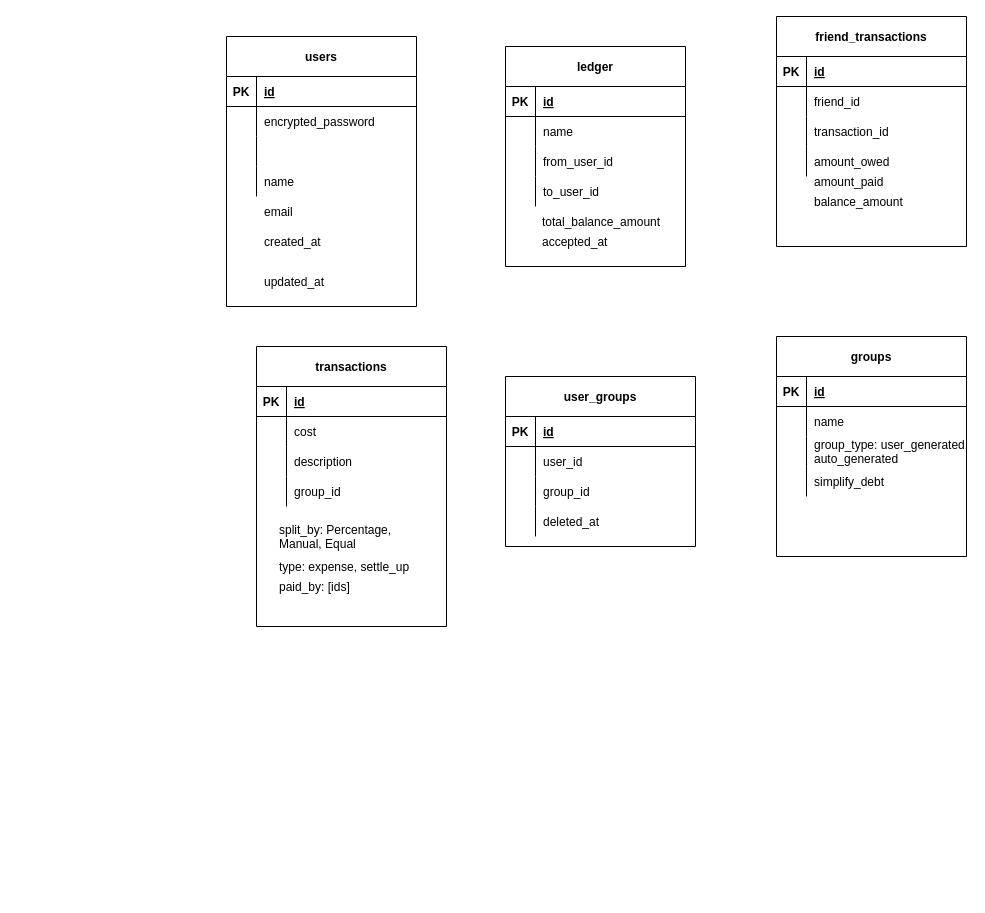
Earlier version of the draw.io diagram splitsmart-ED.drawio (sharat94/splitsmart). Source tidied: cells renumbered, new cells numbered last; positions are measured from the earlier drawing's top-left corner, leaving out a move shared by most shapes. Both pictures are drawn from the tidied source at 100%, with x=0, y=0 at pixel (226, 16).
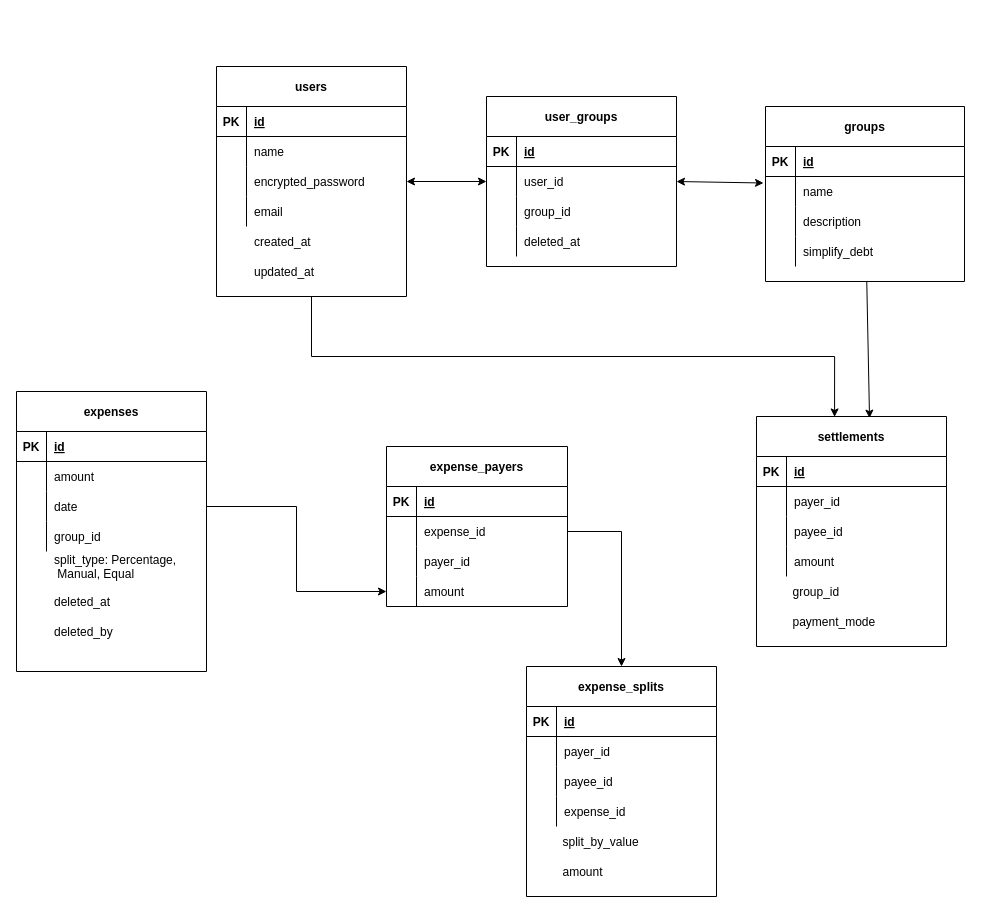
The same diagram, later.

Unchanged cells that the change refers to:
```xml
<mxCell id="36" style="shape=partialRectangle;fillColor=none;top=0;left=0;bottom=0;right=0;" parent="32" vertex="1">
  <mxGeometry y="70" width="190" height="30" as="geometry" />
</mxCell>
<mxCell id="39" style="shape=partialRectangle;fillColor=none;top=0;left=0;bottom=0;right=0;points=[[0,0.5],[1,0.5]];portConstraint=eastwest;" parent="32" vertex="1">
  <mxGeometry y="100" width="190" height="30" as="geometry" />
</mxCell>
<mxCell id="64" style="shape=partialRectangle;fillColor=none;top=0;left=0;bottom=0;right=0;points=[[0,0.5],[1,0.5]];portConstraint=eastwest;" parent="60" vertex="1">
  <mxGeometry y="70" width="190" height="30" as="geometry" />
</mxCell>
<mxCell id="78" style="shape=partialRectangle;fillColor=none;top=0;left=0;bottom=0;right=0;" parent="74" vertex="1">
  <mxGeometry y="70" width="190" height="30" as="geometry" />
</mxCell>
<mxCell id="81" style="shape=partialRectangle;fillColor=none;top=0;left=0;bottom=0;right=0;" parent="74" vertex="1">
  <mxGeometry y="100" width="190" height="30" as="geometry" />
</mxCell>
<mxCell id="84" style="shape=partialRectangle;fillColor=none;top=0;left=0;bottom=0;right=0;" parent="74" vertex="1">
  <mxGeometry y="130" width="190" height="30" as="geometry" />
</mxCell>
```

What changed in the source:
```diff
@@
+    <mxCell id="91" style="edgeStyle=orthogonalEdgeStyle;rounded=0;jettySize=auto;html=1;exitX=0.5;exitY=1;exitDx=0;exitDy=0;entryX=0.411;entryY=0.002;entryDx=0;entryDy=0;entryPerimeter=0;" parent="1" edge="1" source="2" target="95">
+      <mxGeometry relative="1" as="geometry" />
+    </mxCell>
     <mxCell id="2" value="users" style="shape=table;startSize=40;childLayout=tableLayout;rowLines=0;fontStyle=1;align=center;" parent="1" vertex="1">
-      <mxGeometry y="20" width="190" height="270" as="geometry" />
+      <mxGeometry x="-10" y="50" width="190" height="230" as="geometry" />
     </mxCell>
@@
+    <mxCell id="12" style="shape=partialRectangle;fillColor=none;top=0;left=0;bottom=0;right=0;" parent="2" vertex="1">
+      <mxGeometry y="70" width="190" height="30" as="geometry" />
+    </mxCell>
+    <mxCell id="13" style="shape=partialRectangle;fillColor=none;top=0;left=0;bottom=0;right=0;overflow=hidden;" parent="12" vertex="1">
+      <mxGeometry width="30" height="30" as="geometry" />
+    </mxCell>
+    <mxCell id="14" value="name" style="shape=partialRectangle;fillColor=none;top=0;left=0;bottom=0;right=0;align=left;spacingLeft=6;overflow=hidden;" parent="12" vertex="1">
+      <mxGeometry x="30" width="160" height="30" as="geometry" />
+    </mxCell>
     <mxCell id="6" style="shape=partialRectangle;fillColor=none;top=0;left=0;bottom=0;right=0;points=[[0,0.5],[1,0.5]];portConstraint=eastwest;" parent="2" vertex="1">
-      <mxGeometry y="70" width="190" height="30" as="geometry" />
+      <mxGeometry y="100" width="190" height="30" as="geometry" />
     </mxCell>
@@
     <mxCell id="9" style="shape=partialRectangle;fillColor=none;top=0;left=0;bottom=0;right=0;" parent="2" vertex="1">
-      <mxGeometry y="100" width="190" height="30" as="geometry" />
+      <mxGeometry y="130" width="190" height="30" as="geometry" />
     </mxCell>
@@
-    <mxCell id="12" style="shape=partialRectangle;fillColor=none;top=0;left=0;bottom=0;right=0;" parent="2" vertex="1">
-      <mxGeometry y="130" width="190" height="30" as="geometry" />
-    </mxCell>
-    <mxCell id="13" style="shape=partialRectangle;fillColor=none;top=0;left=0;bottom=0;right=0;overflow=hidden;" parent="12" vertex="1">
-      <mxGeometry width="30" height="30" as="geometry" />
-    </mxCell>
-    <mxCell id="14" value="name" style="shape=partialRectangle;fillColor=none;top=0;left=0;bottom=0;right=0;align=left;spacingLeft=6;overflow=hidden;" parent="12" vertex="1">
-      <mxGeometry x="30" width="160" height="30" as="geometry" />
-    </mxCell>
     <mxCell id="15" value="email" style="shape=partialRectangle;fillColor=none;top=0;left=0;bottom=0;right=0;align=left;spacingLeft=6;overflow=hidden;" parent="1" vertex="1">
-      <mxGeometry x="30" y="180" width="160" height="30" as="geometry" />
+      <mxGeometry x="20" y="180" width="160" height="30" as="geometry" />
     </mxCell>
     <mxCell id="16" value="created_at" style="shape=partialRectangle;fillColor=none;top=0;left=0;bottom=0;right=0;align=left;spacingLeft=6;overflow=hidden;" parent="1" vertex="1">
-      <mxGeometry x="30" y="210" width="160" height="30" as="geometry" />
+      <mxGeometry x="20" y="210" width="160" height="30" as="geometry" />
     </mxCell>
     <mxCell id="17" value="updated_at" style="shape=partialRectangle;fillColor=none;top=0;left=0;bottom=0;right=0;align=left;spacingLeft=6;overflow=hidden;" parent="1" vertex="1">
-      <mxGeometry x="30" y="250" width="160" height="30" as="geometry" />
+      <mxGeometry x="20" y="240" width="160" height="30" as="geometry" />
     </mxCell>
-    <mxCell id="18" value="ledger" style="shape=table;startSize=40;childLayout=tableLayout;rowLines=0;fontStyle=1;align=center;" parent="1" vertex="1">
-      <mxGeometry x="279" y="30" width="180" height="220" as="geometry" />
+    <mxCell id="18" value="expense_payers" style="shape=table;startSize=40;childLayout=tableLayout;rowLines=0;fontStyle=1;align=center;" parent="1" vertex="1">
+      <mxGeometry x="160" y="430" width="181" height="160" as="geometry" />
     </mxCell>
     <mxCell id="19" style="shape=partialRectangle;fillColor=none;top=0;left=0;bottom=1;right=0;" parent="18" vertex="1">
-      <mxGeometry y="40" width="180" height="30" as="geometry" />
+      <mxGeometry y="40" width="181" height="30" as="geometry" />
     </mxCell>
@@
     <mxCell id="21" value="id" style="shape=partialRectangle;fillColor=none;top=0;left=0;bottom=0;right=0;align=left;spacingLeft=6;fontStyle=5;overflow=hidden;" parent="19" vertex="1">
-      <mxGeometry x="30" width="150" height="30" as="geometry" />
+      <mxGeometry x="30" width="151" height="30" as="geometry" />
     </mxCell>
     <mxCell id="22" style="shape=partialRectangle;fillColor=none;top=0;left=0;bottom=0;right=0;points=[[0,0.5],[1,0.5]];portConstraint=eastwest;" parent="18" vertex="1">
-      <mxGeometry y="70" width="180" height="30" as="geometry" />
+      <mxGeometry y="70" width="181" height="30" as="geometry" />
     </mxCell>
@@
-    <mxCell id="24" value="name" style="shape=partialRectangle;fillColor=none;top=0;left=0;bottom=0;right=0;align=left;spacingLeft=6;overflow=hidden;" parent="22" vertex="1">
-      <mxGeometry x="30" width="150" height="30" as="geometry" />
+    <mxCell id="24" value="expense_id" style="shape=partialRectangle;fillColor=none;top=0;left=0;bottom=0;right=0;align=left;spacingLeft=6;overflow=hidden;" parent="22" vertex="1">
+      <mxGeometry x="30" width="151" height="30" as="geometry" />
     </mxCell>
     <mxCell id="25" style="shape=partialRectangle;fillColor=none;top=0;left=0;bottom=0;right=0;" parent="18" vertex="1">
-      <mxGeometry y="100" width="180" height="30" as="geometry" />
+      <mxGeometry y="100" width="181" height="30" as="geometry" />
     </mxCell>
@@
-    <mxCell id="27" value="from_user_id" style="shape=partialRectangle;fillColor=none;top=0;left=0;bottom=0;right=0;align=left;spacingLeft=6;overflow=hidden;" parent="25" vertex="1">
-      <mxGeometry x="30" width="150" height="30" as="geometry" />
+    <mxCell id="27" value="payer_id" style="shape=partialRectangle;fillColor=none;top=0;left=0;bottom=0;right=0;align=left;spacingLeft=6;overflow=hidden;" parent="25" vertex="1">
+      <mxGeometry x="30" width="151" height="30" as="geometry" />
     </mxCell>
     <mxCell id="28" style="shape=partialRectangle;fillColor=none;top=0;left=0;bottom=0;right=0;points=[[0,0.5],[1,0.5]];portConstraint=eastwest;" parent="18" vertex="1">
-      <mxGeometry y="130" width="180" height="30" as="geometry" />
+      <mxGeometry y="130" width="181" height="30" as="geometry" />
     </mxCell>
@@
-    <mxCell id="30" value="to_user_id" style="shape=partialRectangle;fillColor=none;top=0;left=0;bottom=0;right=0;align=left;spacingLeft=6;overflow=hidden;" parent="28" vertex="1">
-      <mxGeometry x="30" width="150" height="30" as="geometry" />
+    <mxCell id="30" value="amount" style="shape=partialRectangle;fillColor=none;top=0;left=0;bottom=0;right=0;align=left;spacingLeft=6;overflow=hidden;" parent="28" vertex="1">
+      <mxGeometry x="30" width="151" height="30" as="geometry" />
     </mxCell>
-    <mxCell id="31" value="total_balance_amount" style="shape=partialRectangle;fillColor=none;top=0;left=0;bottom=0;right=0;align=left;spacingLeft=6;overflow=hidden;" parent="1" vertex="1">
-      <mxGeometry x="308" y="190" width="160" height="30" as="geometry" />
-    </mxCell>
-    <mxCell id="32" value="transactions" style="shape=table;startSize=40;childLayout=tableLayout;rowLines=0;fontStyle=1;align=center;" parent="1" vertex="1">
-      <mxGeometry x="30" y="330" width="190" height="280" as="geometry" />
+    <mxCell id="32" value="expenses" style="shape=table;startSize=40;childLayout=tableLayout;rowLines=0;fontStyle=1;align=center;" parent="1" vertex="1">
+      <mxGeometry x="-210" y="375" width="190" height="280" as="geometry" />
     </mxCell>
@@
-    <mxCell id="38" value="cost" style="shape=partialRectangle;fillColor=none;top=0;left=0;bottom=0;right=0;align=left;spacingLeft=6;overflow=hidden;" parent="36" vertex="1">
+    <mxCell id="38" value="amount" style="shape=partialRectangle;fillColor=none;top=0;left=0;bottom=0;right=0;align=left;spacingLeft=6;overflow=hidden;" parent="36" vertex="1">
       <mxGeometry x="30" width="160" height="30" as="geometry" />
     </mxCell>
@@
-    <mxCell id="41" value="description" style="shape=partialRectangle;fillColor=none;top=0;left=0;bottom=0;right=0;align=left;spacingLeft=6;overflow=hidden;" parent="39" vertex="1">
+    <mxCell id="41" value="date" style="shape=partialRectangle;fillColor=none;top=0;left=0;bottom=0;right=0;align=left;spacingLeft=6;overflow=hidden;" parent="39" vertex="1">
       <mxGeometry x="30" width="160" height="30" as="geometry" />
     </mxCell>
@@
-    <mxCell id="45" value="split_by: Percentage, &#10;Manual, Equal" style="shape=partialRectangle;fillColor=none;top=0;left=0;bottom=0;right=0;align=left;spacingLeft=6;overflow=hidden;" parent="1" vertex="1">
-      <mxGeometry x="45" y="505" width="160" height="30" as="geometry" />
+    <mxCell id="45" value="split_type: Percentage,&#10; Manual, Equal" style="shape=partialRectangle;fillColor=none;top=0;left=0;bottom=0;right=0;align=left;spacingLeft=6;overflow=hidden;" parent="1" vertex="1">
+      <mxGeometry x="-180" y="535" width="160" height="30" as="geometry" />
     </mxCell>
+    <mxCell id="92" style="edgeStyle=none;rounded=0;jettySize=auto;html=1;entryX=0.595;entryY=0.007;entryDx=0;entryDy=0;entryPerimeter=0;" parent="1" edge="1" source="46" target="95">
+      <mxGeometry relative="1" as="geometry" />
+    </mxCell>
     <mxCell id="46" value="groups" style="shape=table;startSize=40;childLayout=tableLayout;rowLines=0;fontStyle=1;align=center;" parent="1" vertex="1">
-      <mxGeometry x="550" y="320" width="190" height="220" as="geometry" />
+      <mxGeometry x="539" y="90" width="199" height="175" as="geometry" />
     </mxCell>
     <mxCell id="47" style="shape=partialRectangle;fillColor=none;top=0;left=0;bottom=1;right=0;" parent="46" vertex="1">
-      <mxGeometry y="40" width="190" height="30" as="geometry" />
+      <mxGeometry y="40" width="199" height="30" as="geometry" />
     </mxCell>
@@
     <mxCell id="49" value="id" style="shape=partialRectangle;fillColor=none;top=0;left=0;bottom=0;right=0;align=left;spacingLeft=6;fontStyle=5;overflow=hidden;" parent="47" vertex="1">
-      <mxGeometry x="30" width="160" height="30" as="geometry" />
+      <mxGeometry x="30" width="169" height="30" as="geometry" />
     </mxCell>
     <mxCell id="50" style="shape=partialRectangle;fillColor=none;top=0;left=0;bottom=0;right=0;points=[[0,0.5],[1,0.5]];portConstraint=eastwest;" parent="46" vertex="1">
-      <mxGeometry y="70" width="190" height="30" as="geometry" />
+      <mxGeometry y="70" width="199" height="30" as="geometry" />
     </mxCell>
@@
     <mxCell id="52" value="name" style="shape=partialRectangle;fillColor=none;top=0;left=0;bottom=0;right=0;align=left;spacingLeft=6;overflow=hidden;" parent="50" vertex="1">
-      <mxGeometry x="30" width="160" height="30" as="geometry" />
+      <mxGeometry x="30" width="169" height="30" as="geometry" />
     </mxCell>
     <mxCell id="53" style="shape=partialRectangle;fillColor=none;top=0;left=0;bottom=0;right=0;" parent="46" vertex="1">
-      <mxGeometry y="100" width="190" height="30" as="geometry" />
+      <mxGeometry y="100" width="199" height="30" as="geometry" />
     </mxCell>
@@
-    <mxCell id="55" value="group_type: user_generated,&#10;auto_generated" style="shape=partialRectangle;fillColor=none;top=0;left=0;bottom=0;right=0;align=left;spacingLeft=6;overflow=hidden;" parent="53" vertex="1">
-      <mxGeometry x="30" width="160" height="30" as="geometry" />
+    <mxCell id="55" value="description" style="shape=partialRectangle;fillColor=none;top=0;left=0;bottom=0;right=0;align=left;spacingLeft=6;overflow=hidden;" parent="53" vertex="1">
+      <mxGeometry x="30" width="169" height="30" as="geometry" />
     </mxCell>
     <mxCell id="56" style="shape=partialRectangle;fillColor=none;top=0;left=0;bottom=0;right=0;" parent="46" vertex="1">
-      <mxGeometry y="130" width="190" height="30" as="geometry" />
+      <mxGeometry y="130" width="199" height="30" as="geometry" />
     </mxCell>
@@
     <mxCell id="58" value="simplify_debt" style="shape=partialRectangle;fillColor=none;top=0;left=0;bottom=0;right=0;align=left;spacingLeft=6;overflow=hidden;" parent="56" vertex="1">
-      <mxGeometry x="30" width="160" height="30" as="geometry" />
+      <mxGeometry x="30" width="169" height="30" as="geometry" />
     </mxCell>
-    <mxCell id="59" value="type: expense, settle_up" style="shape=partialRectangle;fillColor=none;top=0;left=0;bottom=0;right=0;align=left;spacingLeft=6;overflow=hidden;" parent="1" vertex="1">
-      <mxGeometry x="45" y="535" width="160" height="30" as="geometry" />
-    </mxCell>
     <mxCell id="60" value="user_groups" style="shape=table;startSize=40;childLayout=tableLayout;rowLines=0;fontStyle=1;align=center;" parent="1" vertex="1">
-      <mxGeometry x="279" y="360" width="190" height="170" as="geometry" />
+      <mxGeometry x="260" y="80" width="190" height="170" as="geometry" />
     </mxCell>
@@
     <mxCell id="73" value="deleted_at" style="shape=partialRectangle;fillColor=none;top=0;left=0;bottom=0;right=0;align=left;spacingLeft=6;overflow=hidden;" parent="1" vertex="1">
-      <mxGeometry x="309" y="490" width="160" height="30" as="geometry" />
+      <mxGeometry x="290" y="210" width="160" height="30" as="geometry" />
     </mxCell>
-    <mxCell id="74" value="friend_transactions" style="shape=table;startSize=40;childLayout=tableLayout;rowLines=0;fontStyle=1;align=center;" parent="1" vertex="1">
-      <mxGeometry x="550" width="190" height="230" as="geometry" />
+    <mxCell id="74" value="expense_splits" style="shape=table;startSize=40;childLayout=tableLayout;rowLines=0;fontStyle=1;align=center;" parent="1" vertex="1">
+      <mxGeometry x="300" y="650" width="190" height="230" as="geometry" />
     </mxCell>
@@
-    <mxCell id="80" value="friend_id" style="shape=partialRectangle;fillColor=none;top=0;left=0;bottom=0;right=0;align=left;spacingLeft=6;overflow=hidden;" parent="78" vertex="1">
+    <mxCell id="80" value="payer_id" style="shape=partialRectangle;fillColor=none;top=0;left=0;bottom=0;right=0;align=left;spacingLeft=6;overflow=hidden;" parent="78" vertex="1">
       <mxGeometry x="30" width="160" height="30" as="geometry" />
     </mxCell>
@@
-    <mxCell id="83" value="transaction_id" style="shape=partialRectangle;fillColor=none;top=0;left=0;bottom=0;right=0;align=left;spacingLeft=6;overflow=hidden;" parent="81" vertex="1">
+    <mxCell id="83" value="payee_id" style="shape=partialRectangle;fillColor=none;top=0;left=0;bottom=0;right=0;align=left;spacingLeft=6;overflow=hidden;" parent="81" vertex="1">
       <mxGeometry x="30" width="160" height="30" as="geometry" />
     </mxCell>
@@
-    <mxCell id="86" value="amount_owed" style="shape=partialRectangle;fillColor=none;top=0;left=0;bottom=0;right=0;align=left;spacingLeft=6;overflow=hidden;" parent="84" vertex="1">
+    <mxCell id="86" value="expense_id" style="shape=partialRectangle;fillColor=none;top=0;left=0;bottom=0;right=0;align=left;spacingLeft=6;overflow=hidden;" parent="84" vertex="1">
       <mxGeometry x="30" width="160" height="30" as="geometry" />
     </mxCell>
-    <mxCell id="87" value="amount_paid" style="shape=partialRectangle;fillColor=none;top=0;left=0;bottom=0;right=0;align=left;spacingLeft=6;overflow=hidden;" parent="1" vertex="1">
-      <mxGeometry x="580" y="150" width="160" height="30" as="geometry" />
+    <mxCell id="87" value="split_by_value" style="shape=partialRectangle;fillColor=none;top=0;left=0;bottom=0;right=0;align=left;spacingLeft=6;overflow=hidden;" parent="1" vertex="1">
+      <mxGeometry x="328.5" y="810" width="160" height="30" as="geometry" />
     </mxCell>
-    <mxCell id="88" value="balance_amount" style="shape=partialRectangle;fillColor=none;top=0;left=0;bottom=0;right=0;align=left;spacingLeft=6;overflow=hidden;" parent="1" vertex="1">
-      <mxGeometry x="580" y="170" width="160" height="30" as="geometry" />
-    </mxCell>
-    <mxCell id="89" value="accepted_at" style="shape=partialRectangle;fillColor=none;top=0;left=0;bottom=0;right=0;align=left;spacingLeft=6;overflow=hidden;" parent="1" vertex="1">
-      <mxGeometry x="308" y="210" width="160" height="30" as="geometry" />
-    </mxCell>
-    <mxCell id="90" value="paid_by: [ids]" style="shape=partialRectangle;fillColor=none;top=0;left=0;bottom=0;right=0;align=left;spacingLeft=6;overflow=hidden;" parent="1" vertex="1">
-      <mxGeometry x="45" y="555" width="160" height="30" as="geometry" />
+    <mxCell id="90" value="deleted_by" style="shape=partialRectangle;fillColor=none;top=0;left=0;bottom=0;right=0;align=left;spacingLeft=6;overflow=hidden;" parent="1" vertex="1">
+      <mxGeometry x="-180" y="600" width="160" height="30" as="geometry" />
     </mxCell>
+    <mxCell id="93" value="deleted_at" style="shape=partialRectangle;fillColor=none;top=0;left=0;bottom=0;right=0;align=left;spacingLeft=6;overflow=hidden;" parent="1" vertex="1">
+      <mxGeometry x="-180" y="570" width="160" height="30" as="geometry" />
+    </mxCell>
+    <mxCell id="94" value="amount" style="shape=partialRectangle;fillColor=none;top=0;left=0;bottom=0;right=0;align=left;spacingLeft=6;overflow=hidden;" parent="1" vertex="1">
+      <mxGeometry x="328.5" y="840" width="160" height="30" as="geometry" />
+    </mxCell>
+    <mxCell id="95" value="settlements" style="shape=table;startSize=40;childLayout=tableLayout;rowLines=0;fontStyle=1;align=center;" parent="1" vertex="1">
+      <mxGeometry x="530" y="400" width="190" height="230" as="geometry" />
+    </mxCell>
+    <mxCell id="96" style="shape=partialRectangle;fillColor=none;top=0;left=0;bottom=1;right=0;" parent="95" vertex="1">
+      <mxGeometry y="40" width="190" height="30" as="geometry" />
+    </mxCell>
+    <mxCell id="97" value="PK" style="shape=partialRectangle;fillColor=none;top=0;left=0;bottom=0;right=0;fontStyle=1;overflow=hidden;" parent="96" vertex="1">
+      <mxGeometry width="30" height="30" as="geometry" />
+    </mxCell>
+    <mxCell id="98" value="id" style="shape=partialRectangle;fillColor=none;top=0;left=0;bottom=0;right=0;align=left;spacingLeft=6;fontStyle=5;overflow=hidden;" parent="96" vertex="1">
+      <mxGeometry x="30" width="160" height="30" as="geometry" />
+    </mxCell>
+    <mxCell id="99" style="shape=partialRectangle;fillColor=none;top=0;left=0;bottom=0;right=0;" parent="95" vertex="1">
+      <mxGeometry y="70" width="190" height="30" as="geometry" />
+    </mxCell>
+    <mxCell id="100" style="shape=partialRectangle;fillColor=none;top=0;left=0;bottom=0;right=0;overflow=hidden;" parent="99" vertex="1">
+      <mxGeometry width="30" height="30" as="geometry" />
+    </mxCell>
+    <mxCell id="101" value="payer_id" style="shape=partialRectangle;fillColor=none;top=0;left=0;bottom=0;right=0;align=left;spacingLeft=6;overflow=hidden;" parent="99" vertex="1">
+      <mxGeometry x="30" width="160" height="30" as="geometry" />
+    </mxCell>
+    <mxCell id="102" style="shape=partialRectangle;fillColor=none;top=0;left=0;bottom=0;right=0;" parent="95" vertex="1">
+      <mxGeometry y="100" width="190" height="30" as="geometry" />
+    </mxCell>
+    <mxCell id="103" style="shape=partialRectangle;fillColor=none;top=0;left=0;bottom=0;right=0;overflow=hidden;" parent="102" vertex="1">
+      <mxGeometry width="30" height="30" as="geometry" />
+    </mxCell>
+    <mxCell id="104" value="payee_id" style="shape=partialRectangle;fillColor=none;top=0;left=0;bottom=0;right=0;align=left;spacingLeft=6;overflow=hidden;" parent="102" vertex="1">
+      <mxGeometry x="30" width="160" height="30" as="geometry" />
+    </mxCell>
+    <mxCell id="105" style="shape=partialRectangle;fillColor=none;top=0;left=0;bottom=0;right=0;" parent="95" vertex="1">
+      <mxGeometry y="130" width="190" height="30" as="geometry" />
+    </mxCell>
+    <mxCell id="106" style="shape=partialRectangle;fillColor=none;top=0;left=0;bottom=0;right=0;overflow=hidden;" parent="105" vertex="1">
+      <mxGeometry width="30" height="30" as="geometry" />
+    </mxCell>
+    <mxCell id="107" value="amount" style="shape=partialRectangle;fillColor=none;top=0;left=0;bottom=0;right=0;align=left;spacingLeft=6;overflow=hidden;" parent="105" vertex="1">
+      <mxGeometry x="30" width="160" height="30" as="geometry" />
+    </mxCell>
+    <mxCell id="108" value="group_id" style="shape=partialRectangle;fillColor=none;top=0;left=0;bottom=0;right=0;align=left;spacingLeft=6;overflow=hidden;" parent="1" vertex="1">
+      <mxGeometry x="558.5" y="560" width="160" height="30" as="geometry" />
+    </mxCell>
+    <mxCell id="109" value="payment_mode" style="shape=partialRectangle;fillColor=none;top=0;left=0;bottom=0;right=0;align=left;spacingLeft=6;overflow=hidden;" parent="1" vertex="1">
+      <mxGeometry x="558.5" y="590" width="160" height="30" as="geometry" />
+    </mxCell>
+    <mxCell id="110" style="edgeStyle=orthogonalEdgeStyle;rounded=0;jettySize=auto;html=1;" parent="1" edge="1" source="39" target="28">
+      <mxGeometry relative="1" as="geometry" />
+    </mxCell>
+    <mxCell id="111" style="edgeStyle=orthogonalEdgeStyle;rounded=0;jettySize=auto;html=1;" parent="1" edge="1" source="22" target="74">
+      <mxGeometry relative="1" as="geometry" />
+    </mxCell>
+    <mxCell id="112" style="endArrow=classic;startArrow=classic;html=1;rounded=0;entryX=0;entryY=0.5;entryDx=0;entryDy=0;" parent="1" edge="1" source="6" target="64">
+      <mxGeometry relative="1" as="geometry" />
+    </mxCell>
+    <mxCell id="113" style="endArrow=classic;startArrow=classic;html=1;rounded=0;exitX=1;exitY=0.5;exitDx=0;exitDy=0;entryX=-0.01;entryY=0.217;entryDx=0;entryDy=0;entryPerimeter=0;" parent="1" edge="1" source="64" target="50">
+      <mxGeometry relative="1" as="geometry" />
+    </mxCell>
```
